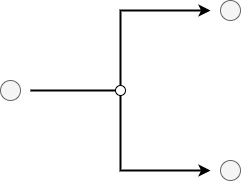
This is specification/src/assets/diagrams/EdgeBranch.png from epi-project/brane-documentation, a draw.io export, as it was before one commit. Source tidied: cells renumbered, new cells last; positions are measured from the earlier drawing's top-left corner, leaving out a move shared by most shapes. The source it was exported from:
```xml
<mxGraphModel>
  <root>
    <mxCell id="0" />
    <mxCell id="1" parent="0" />
    <mxCell id="2" style="endArrow=classic;html=1;rounded=0;strokeWidth=2;endFill=1;" parent="1" edge="1">
      <mxGeometry relative="1" as="geometry">
        <mxPoint x="30" y="90" as="sourcePoint" />
        <mxPoint x="210" y="10" as="targetPoint" />
        <Array as="points">
          <mxPoint x="120" y="90" />
          <mxPoint x="120" y="10" />
        </Array>
      </mxGeometry>
    </mxCell>
    <mxCell id="3" style="ellipse;whiteSpace=wrap;html=1;fillColor=#f5f5f5;fontColor=#333333;strokeColor=#666666;" parent="1" vertex="1">
      <mxGeometry y="80" width="20" height="20" as="geometry" />
    </mxCell>
    <mxCell id="4" style="endArrow=classic;html=1;rounded=0;strokeWidth=2;endFill=1;" parent="1" edge="1">
      <mxGeometry relative="1" as="geometry">
        <mxPoint x="120" y="90" as="sourcePoint" />
        <mxPoint x="210" y="170" as="targetPoint" />
        <Array as="points">
          <mxPoint x="120" y="170" />
        </Array>
      </mxGeometry>
    </mxCell>
    <mxCell id="5" style="ellipse;whiteSpace=wrap;html=1;fillColor=#f5f5f5;fontColor=#333333;strokeColor=#666666;" parent="1" vertex="1">
      <mxGeometry x="220" width="20" height="20" as="geometry" />
    </mxCell>
    <mxCell id="6" style="ellipse;whiteSpace=wrap;html=1;fillColor=#f5f5f5;fontColor=#333333;strokeColor=#666666;" parent="1" vertex="1">
      <mxGeometry x="220" y="160" width="20" height="20" as="geometry" />
    </mxCell>
    <mxCell id="7" style="ellipse;whiteSpace=wrap;html=1;" parent="1" vertex="1">
      <mxGeometry x="115" y="85" width="10" height="10" as="geometry" />
    </mxCell>
  </root>
</mxGraphModel>
```
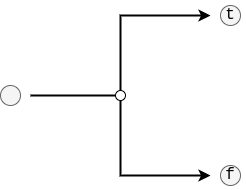
After the commit.

Diff of the diagram source:
```diff
@@ -33,5 +33,11 @@
     <mxCell id="7" style="ellipse;whiteSpace=wrap;html=1;" parent="1" vertex="1">
       <mxGeometry x="115" y="85" width="10" height="10" as="geometry" />
     </mxCell>
+    <mxCell id="8" value="&lt;font face=&quot;Courier New&quot; style=&quot;font-size: 16px;&quot;&gt;t&lt;/font&gt;" style="text;html=1;strokeColor=none;fillColor=none;align=center;verticalAlign=middle;whiteSpace=wrap;rounded=0;" parent="1" vertex="1">
+      <mxGeometry x="215" y="-5" width="30" height="30" as="geometry" />
+    </mxCell>
+    <mxCell id="9" value="&lt;font face=&quot;Courier New&quot; style=&quot;font-size: 16px;&quot;&gt;f&lt;/font&gt;" style="text;html=1;strokeColor=none;fillColor=none;align=center;verticalAlign=middle;whiteSpace=wrap;rounded=0;" parent="1" vertex="1">
+      <mxGeometry x="215" y="155" width="30" height="30" as="geometry" />
+    </mxCell>
   </root>
 </mxGraphModel>
```
